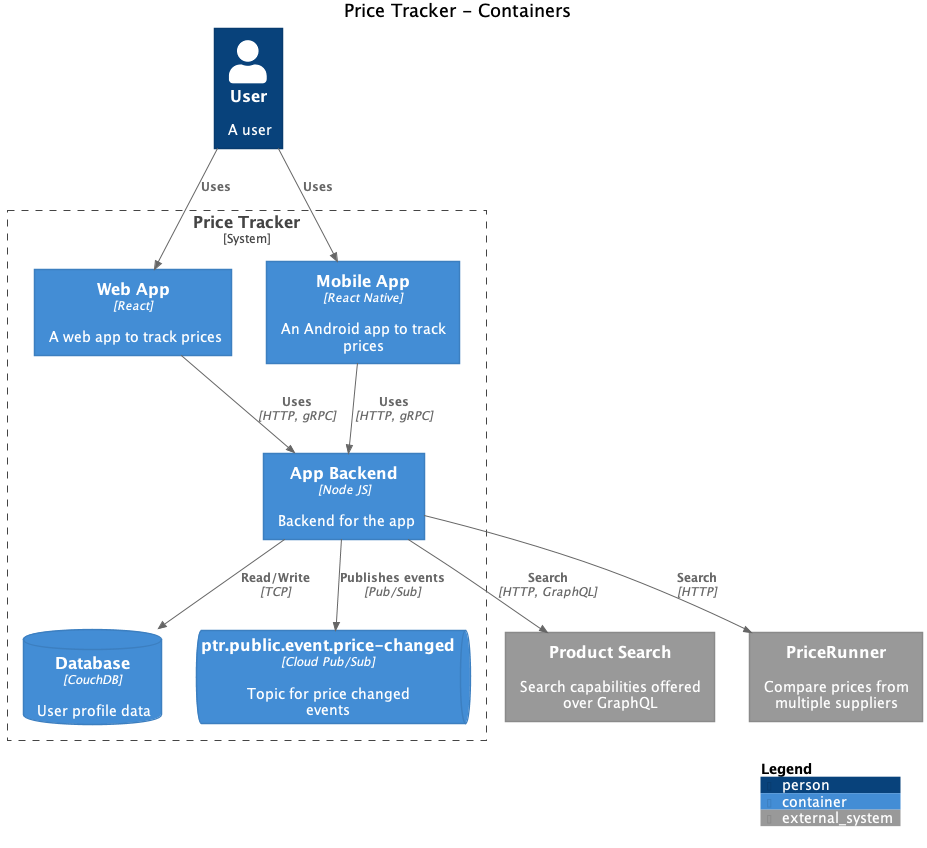
Earlier version of the PlantUML export images/structurizr-PriceTracker-Container.png (extenda/structurizr-to-png).
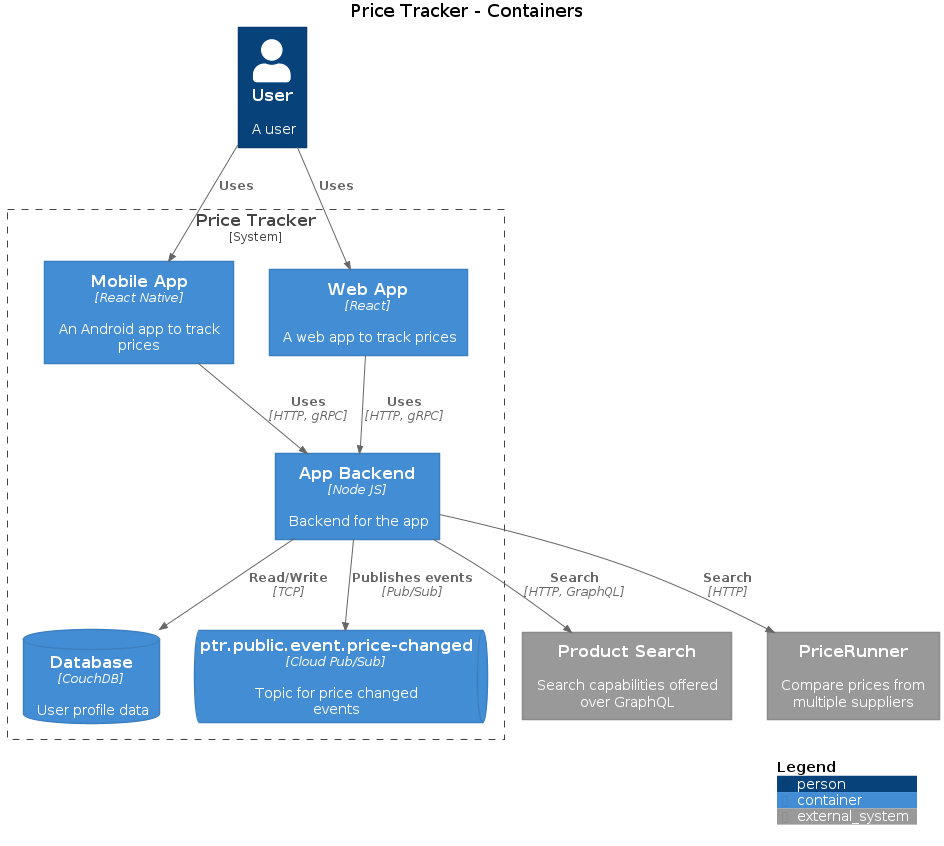
Above is the later version.

Diff of the diagram source:
```diff
@@ -6,27 +6,27 @@
 !includeurl https://raw.githubusercontent.com/plantuml-stdlib/C4-PlantUML/master/C4.puml
 !includeurl https://raw.githubusercontent.com/plantuml-stdlib/C4-PlantUML/master/C4_Context.puml
 !includeurl https://raw.githubusercontent.com/plantuml-stdlib/C4-PlantUML/master/C4_Container.puml
-LAYOUT_WITH_LEGEND()
 
-Person(1, "User", "A user")
-System_Ext(2, "Product Search", "Search capabilities offered over GraphQL")
-System_Ext(3, "PriceRunner", "Compare prices from multiple suppliers")
+Person(User, "User", "A user")
+System_Ext(ProductSearch, "Product Search", "Search capabilities offered over GraphQL")
+System_Ext(PriceRunner, "PriceRunner", "Compare prices from multiple suppliers")
 
-System_Boundary("4_boundary", "Price Tracker") {
-  Container(5, "Web App", "React", "A web app to track prices")
-  Container(6, "Mobile App", "React Native", "An Android app to track prices")
-  ContainerDb(7, "Database", "CouchDB", "User profile data")
-  Container(8, "App Backend", "Node JS", "Backend for the app")
-  ContainerQueue(9, "ptr.public.event.price-changed", "Cloud Pub/Sub", "Topic for price changed events")
+System_Boundary("PriceTracker_boundary", "Price Tracker") {
+  Container(PriceTracker.WebApp, "Web App", "React", "A web app to track prices")
+  Container(PriceTracker.MobileApp, "Mobile App", "React Native", "An Android app to track prices")
+  ContainerDb(PriceTracker.Database, "Database", "CouchDB", "User profile data")
+  Container(PriceTracker.AppBackend, "App Backend", "Node JS", "Backend for the app")
+  ContainerQueue(PriceTracker.ptrpubliceventpricechanged, "ptr.public.event.price-changed", "Cloud Pub/Sub", "Topic for price changed events")
 }
 
-Rel_D(1, 6, "Uses")
-Rel_D(1, 5, "Uses")
-Rel_D(6, 8, "Uses", "HTTP, gRPC")
-Rel_D(5, 8, "Uses", "HTTP, gRPC")
-Rel_D(8, 7, "Read/Write", "TCP")
-Rel_D(8, 2, "Search", "HTTP, GraphQL")
-Rel_D(8, 3, "Search", "HTTP")
-Rel_D(8, 9, "Publishes events", "Pub/Sub")
+Rel_D(User, PriceTracker.MobileApp, "Uses")
+Rel_D(User, PriceTracker.WebApp, "Uses")
+Rel_D(PriceTracker.MobileApp, PriceTracker.AppBackend, "Uses", "HTTP, gRPC")
+Rel_D(PriceTracker.WebApp, PriceTracker.AppBackend, "Uses", "HTTP, gRPC")
+Rel_D(PriceTracker.AppBackend, PriceTracker.Database, "Read/Write", "TCP")
+Rel_D(PriceTracker.AppBackend, ProductSearch, "Search", "HTTP, GraphQL")
+Rel_D(PriceTracker.AppBackend, PriceRunner, "Search", "HTTP")
+Rel_D(PriceTracker.AppBackend, PriceTracker.ptrpubliceventpricechanged, "Publishes events", "Pub/Sub")
+
 SHOW_DYNAMIC_LEGEND()
 @enduml
```
